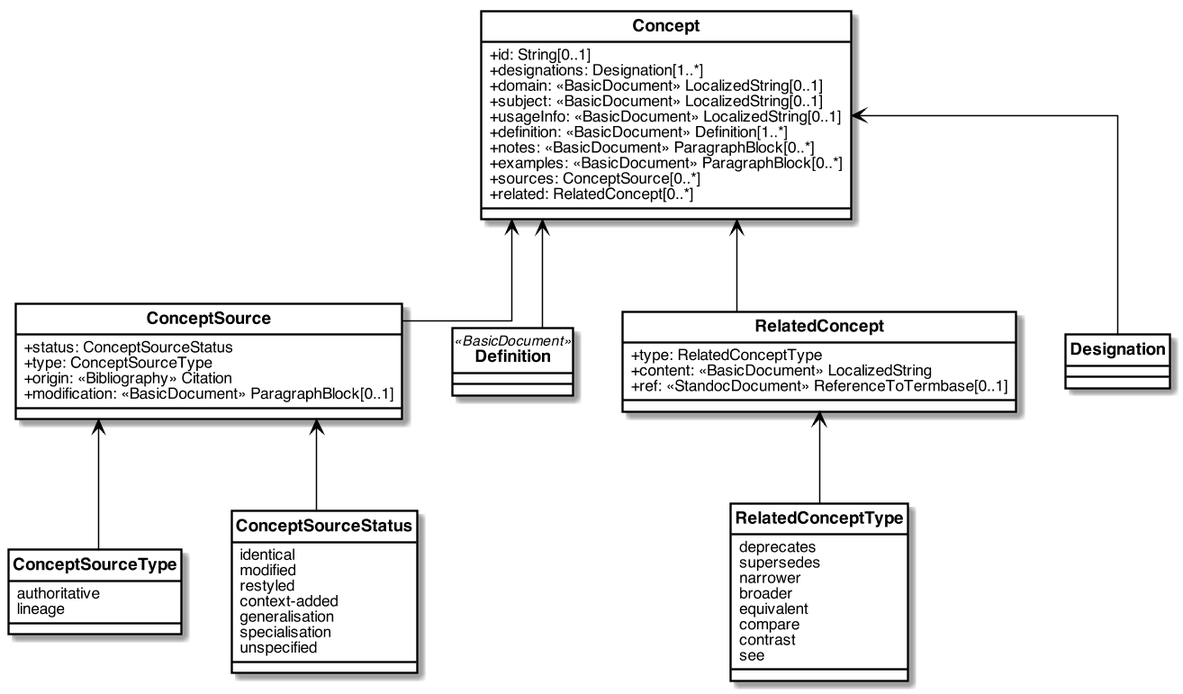
Above: images/concept.png in glossarist/concept-model (PlantUML), before the change.
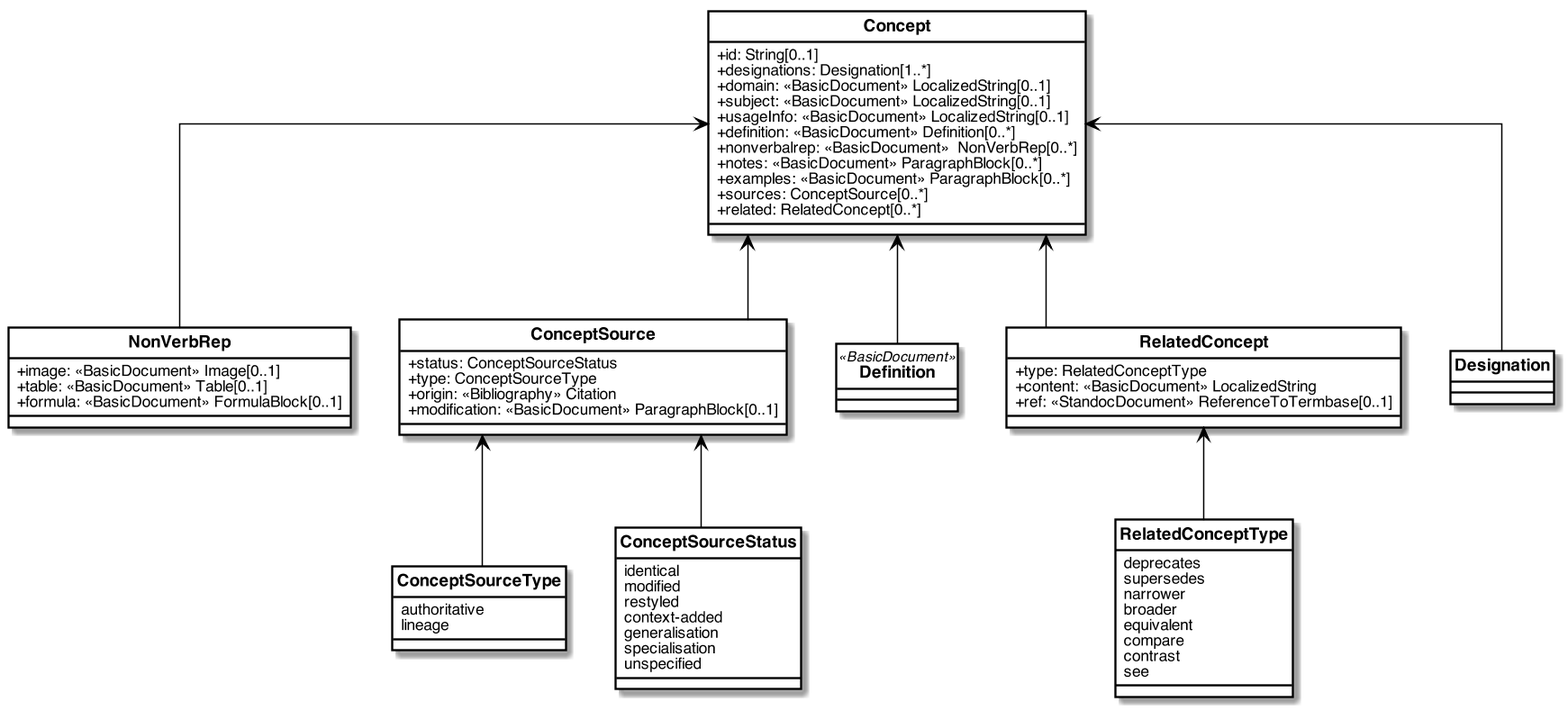
The same file after the commit.

Commit message:
non verbal representations: #13

What changed in the source:
```diff
@@ -46,7 +46,8 @@
   +domain: <<BasicDocument>> LocalizedString[0..1]
   +subject: <<BasicDocument>> LocalizedString[0..1]
   +usageInfo: <<BasicDocument>> LocalizedString[0..1]
-  +definition: <<BasicDocument>> Definition[1..*]
+  +definition: <<BasicDocument>> Definition[0..*]
+  +nonverbalrep: <<BasicDocument>>  NonVerbRep[0..*]
   +notes: <<BasicDocument>> ParagraphBlock[0..*]
   +examples: <<BasicDocument>> ParagraphBlock[0..*]
   +sources: ConceptSource[0..*]
@@ -54,6 +55,12 @@
 }
 
 
+
+class NonVerbRep {
+  +image: <<BasicDocument>> Image[0..1]
+  +table: <<BasicDocument>> Table[0..1]
+  +formula: <<BasicDocument>> FormulaBlock[0..1]
+}
 
 class ConceptSource {
   +status: ConceptSourceStatus
@@ -101,6 +108,7 @@
 Concept <-- Definition
 Concept <-- Designation
 Concept <-- RelatedConcept
+Concept <-- NonVerbRep
 
 ConceptSource <-- ConceptSourceStatus
 ConceptSource <-- ConceptSourceType
```
